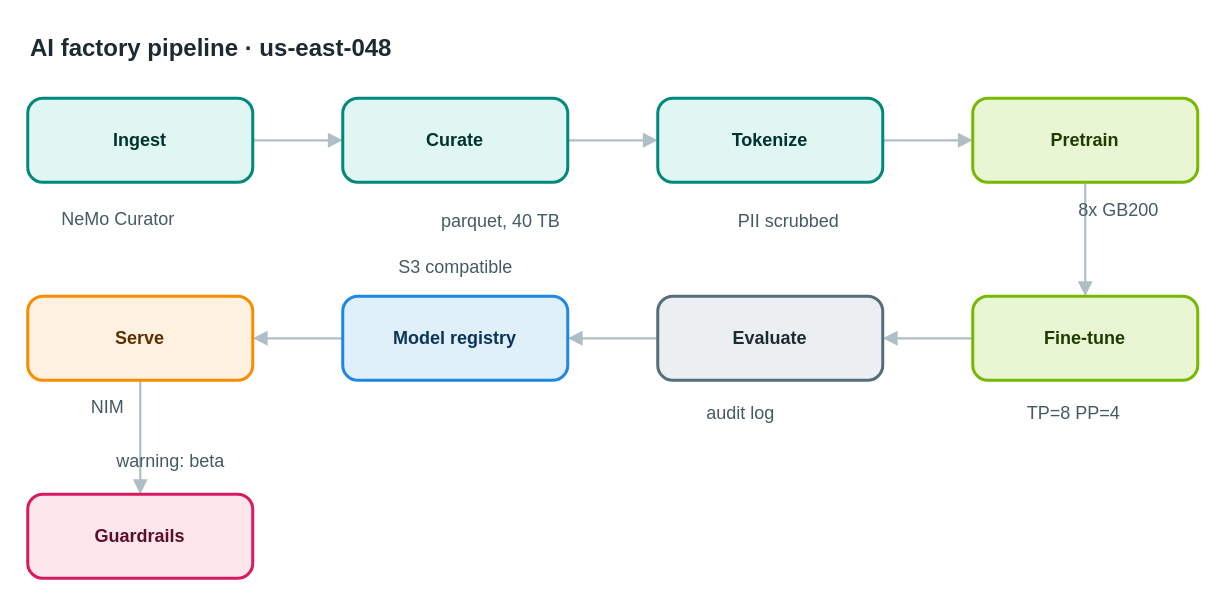
Before: apps/web/public/samples/library/048-ai-factory-pipeline.drawio in AryanG01/open-apprentice, a draw.io diagram. Source tidied: cells renumbered, new cells numbered last; positions are measured from the earlier drawing's top-left corner, leaving out a move shared by most shapes. Both pictures are drawn from the tidied source at 150%, with x=0, y=0 at pixel (27, 26).
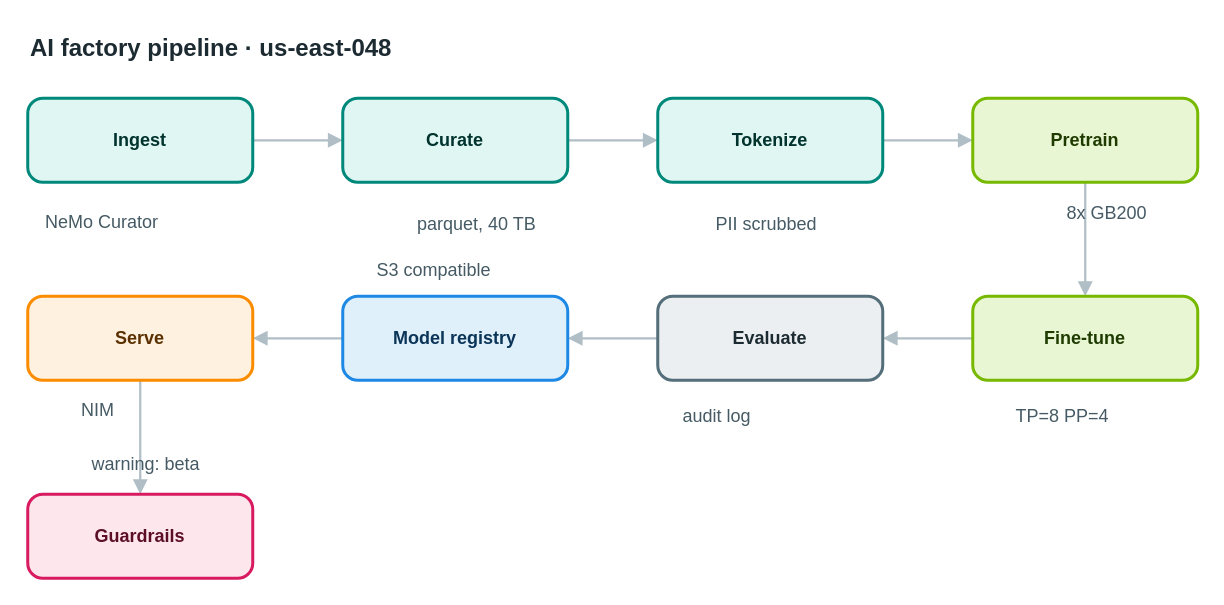
The same diagram, later.

Change to the diagram source:
```diff
@@
-    <mxCell id="20" value="NeMo Curator" style="text;html=1;align=center;verticalAlign=middle;whiteSpace=nowrap;strokeColor=none;fillColor=none;fontSize=12;fontColor=#455a64;" parent="1" vertex="1">
+    <mxCell id="20" value="NeMo Curator" style="text;html=1;align=left;verticalAlign=top;whiteSpace=nowrap;spacing=0;spacingTop=0;strokeColor=none;fillColor=none;fontSize=12;fontColor=#455a64;" parent="1" vertex="1">
       <mxGeometry x="12" y="119" width="96" height="20" as="geometry" />
     </mxCell>
-    <mxCell id="21" value="parquet, 40 TB" style="text;html=1;align=center;verticalAlign=middle;whiteSpace=nowrap;strokeColor=none;fillColor=none;fontSize=12;fontColor=#455a64;" parent="1" vertex="1">
+    <mxCell id="21" value="parquet, 40 TB" style="text;html=1;align=left;verticalAlign=top;whiteSpace=nowrap;spacing=0;spacingTop=0;strokeColor=none;fillColor=none;fontSize=12;fontColor=#455a64;" parent="1" vertex="1">
       <mxGeometry x="260" y="120" width="110" height="20" as="geometry" />
     </mxCell>
-    <mxCell id="22" value="PII scrubbed" style="text;html=1;align=center;verticalAlign=middle;whiteSpace=nowrap;strokeColor=none;fillColor=none;fontSize=12;fontColor=#455a64;" parent="1" vertex="1">
+    <mxCell id="22" value="PII scrubbed" style="text;html=1;align=left;verticalAlign=top;whiteSpace=nowrap;spacing=0;spacingTop=0;strokeColor=none;fillColor=none;fontSize=12;fontColor=#455a64;" parent="1" vertex="1">
       <mxGeometry x="459" y="120" width="96" height="20" as="geometry" />
     </mxCell>
-    <mxCell id="23" value="8x GB200" style="text;html=1;align=center;verticalAlign=middle;whiteSpace=nowrap;strokeColor=none;fillColor=none;fontSize=12;fontColor=#455a64;" parent="1" vertex="1">
+    <mxCell id="23" value="8x GB200" style="text;html=1;align=left;verticalAlign=top;whiteSpace=nowrap;spacing=0;spacingTop=0;strokeColor=none;fillColor=none;fontSize=12;fontColor=#455a64;" parent="1" vertex="1">
       <mxGeometry x="693" y="113" width="68" height="20" as="geometry" />
     </mxCell>
-    <mxCell id="24" value="TP=8 PP=4" style="text;html=1;align=center;verticalAlign=middle;whiteSpace=nowrap;strokeColor=none;fillColor=none;fontSize=12;fontColor=#455a64;" parent="1" vertex="1">
+    <mxCell id="24" value="TP=8 PP=4" style="text;html=1;align=left;verticalAlign=top;whiteSpace=nowrap;spacing=0;spacingTop=0;strokeColor=none;fillColor=none;fontSize=12;fontColor=#455a64;" parent="1" vertex="1">
       <mxGeometry x="659" y="248" width="75" height="20" as="geometry" />
     </mxCell>
-    <mxCell id="25" value="audit log" style="text;html=1;align=center;verticalAlign=middle;whiteSpace=nowrap;strokeColor=none;fillColor=none;fontSize=12;fontColor=#455a64;" parent="1" vertex="1">
+    <mxCell id="25" value="audit log" style="text;html=1;align=left;verticalAlign=top;whiteSpace=nowrap;spacing=0;spacingTop=0;strokeColor=none;fillColor=none;fontSize=12;fontColor=#455a64;" parent="1" vertex="1">
       <mxGeometry x="437" y="248" width="75" height="20" as="geometry" />
     </mxCell>
-    <mxCell id="26" value="S3 compatible" style="text;html=1;align=center;verticalAlign=middle;whiteSpace=nowrap;strokeColor=none;fillColor=none;fontSize=12;fontColor=#455a64;" parent="1" vertex="1">
+    <mxCell id="26" value="S3 compatible" style="text;html=1;align=left;verticalAlign=top;whiteSpace=nowrap;spacing=0;spacingTop=0;strokeColor=none;fillColor=none;fontSize=12;fontColor=#455a64;" parent="1" vertex="1">
       <mxGeometry x="233" y="151" width="103" height="20" as="geometry" />
     </mxCell>
-    <mxCell id="27" value="NIM" style="text;html=1;align=center;verticalAlign=middle;whiteSpace=nowrap;strokeColor=none;fillColor=none;fontSize=12;fontColor=#455a64;" parent="1" vertex="1">
+    <mxCell id="27" value="NIM" style="text;html=1;align=left;verticalAlign=top;whiteSpace=nowrap;spacing=0;spacingTop=0;strokeColor=none;fillColor=none;fontSize=12;fontColor=#455a64;" parent="1" vertex="1">
       <mxGeometry x="36" y="244" width="33" height="20" as="geometry" />
     </mxCell>
-    <mxCell id="28" value="warning: beta" style="text;html=1;align=center;verticalAlign=middle;whiteSpace=nowrap;strokeColor=none;fillColor=none;fontSize=12;fontColor=#455a64;" parent="1" vertex="1">
+    <mxCell id="28" value="warning: beta" style="text;html=1;align=left;verticalAlign=top;whiteSpace=nowrap;spacing=0;spacingTop=0;strokeColor=none;fillColor=none;fontSize=12;fontColor=#455a64;" parent="1" vertex="1">
       <mxGeometry x="43" y="280" width="103" height="20" as="geometry" />
     </mxCell>
```
